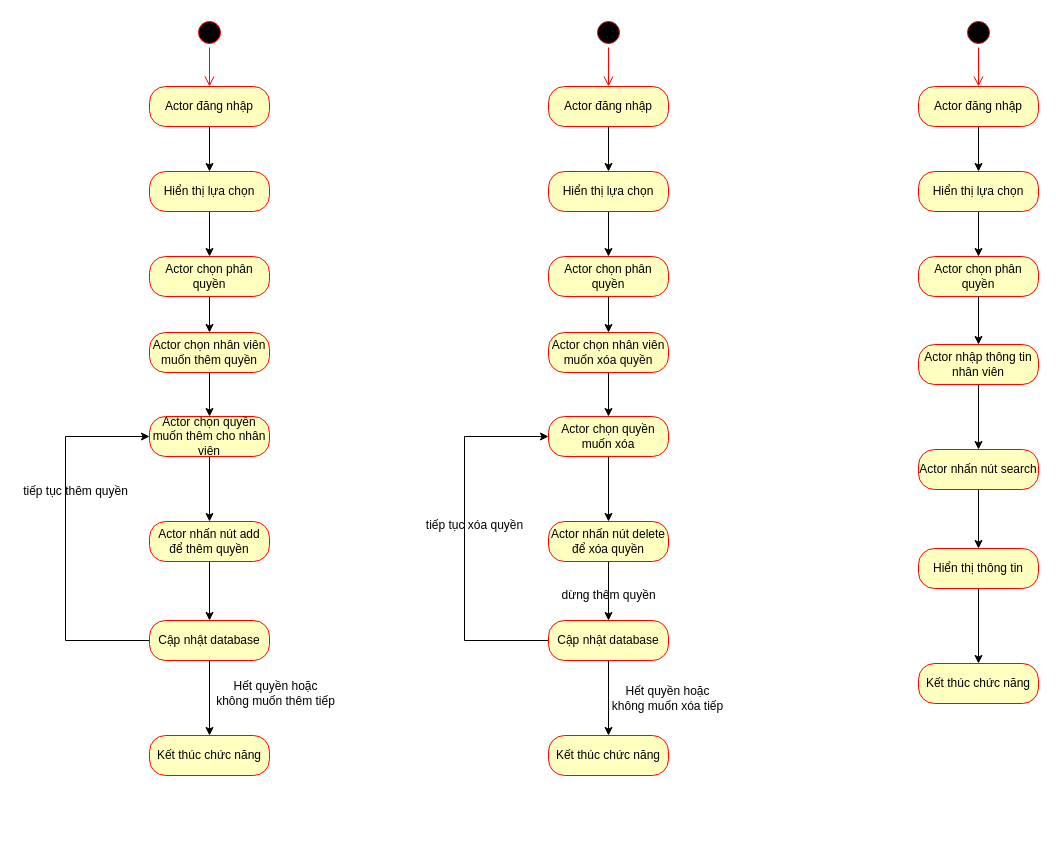
Earlier version of the draw.io diagram Phanquyen/Activity.drawio (VoHoangDai/CNPM). Source tidied: cells renumbered, new cells numbered last; positions are measured from the earlier drawing's top-left corner, leaving out a move shared by most shapes. Both pictures are drawn from the tidied source at 100%, with x=0, y=0 at pixel (17, 17).
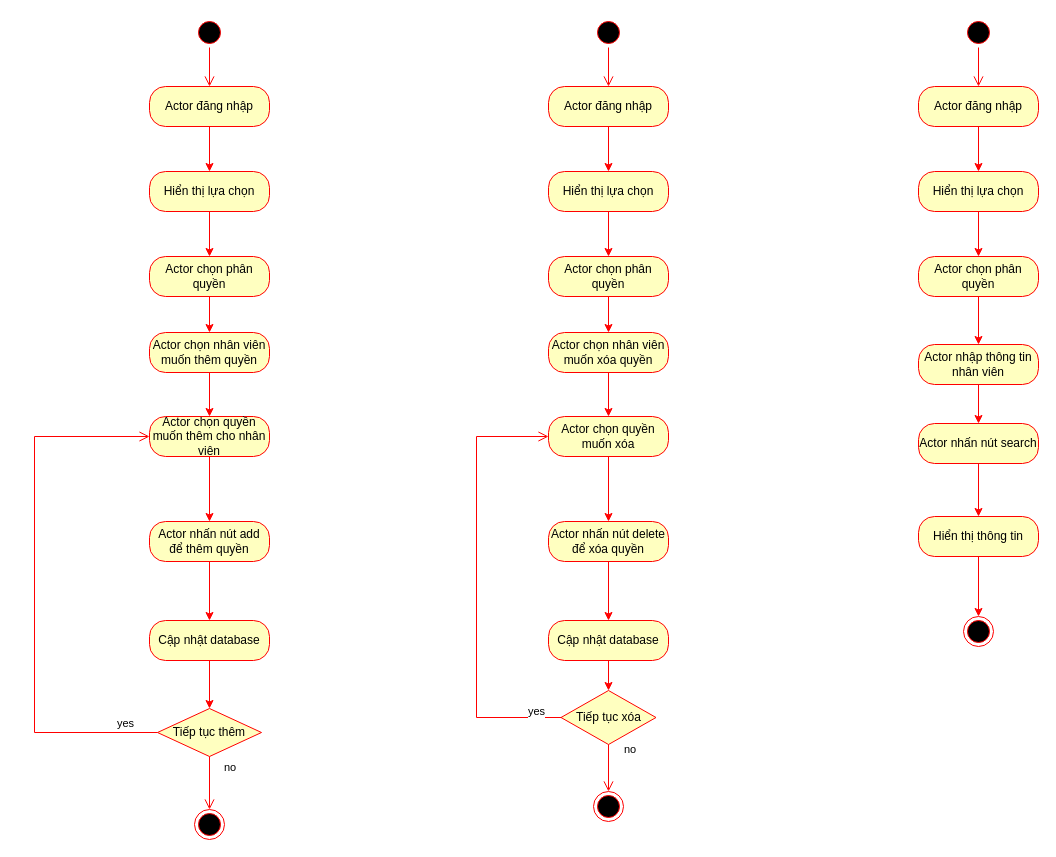
The same diagram, later.

Unchanged cells that the change refers to:
```xml
<mxCell id="5" value="Actor đăng nhập" style="rounded=1;whiteSpace=wrap;html=1;arcSize=40;fontColor=#000000;fillColor=#ffffc0;strokeColor=#ff0000;" parent="1" vertex="1">
  <mxGeometry x="132" y="69" width="120" height="40" as="geometry" />
</mxCell>
<mxCell id="7" value="Hiển thị lựa chọn" style="rounded=1;whiteSpace=wrap;html=1;arcSize=40;fontColor=#000000;fillColor=#ffffc0;strokeColor=#ff0000;" parent="1" vertex="1">
  <mxGeometry x="132" y="154" width="120" height="40" as="geometry" />
</mxCell>
<mxCell id="9" value="Actor chọn phân quyền" style="rounded=1;whiteSpace=wrap;html=1;arcSize=40;fontColor=#000000;fillColor=#ffffc0;strokeColor=#ff0000;" parent="1" vertex="1">
  <mxGeometry x="132" y="239" width="120" height="40" as="geometry" />
</mxCell>
<mxCell id="11" value="Actor chọn nhân viên muốn thêm quyền" style="rounded=1;whiteSpace=wrap;html=1;arcSize=40;fontColor=#000000;fillColor=#ffffc0;strokeColor=#ff0000;" parent="1" vertex="1">
  <mxGeometry x="132" y="315" width="120" height="40" as="geometry" />
</mxCell>
<mxCell id="13" value="Actor chọn quyền muốn thêm cho nhân viên" style="rounded=1;whiteSpace=wrap;html=1;arcSize=40;fontColor=#000000;fillColor=#ffffc0;strokeColor=#ff0000;" parent="1" vertex="1">
  <mxGeometry x="132" y="399" width="120" height="40" as="geometry" />
</mxCell>
<mxCell id="16" value="Actor nhấn nút add để thêm quyền" style="rounded=1;whiteSpace=wrap;html=1;arcSize=40;fontColor=#000000;fillColor=#ffffc0;strokeColor=#ff0000;" parent="1" vertex="1">
  <mxGeometry x="132" y="504" width="120" height="40" as="geometry" />
</mxCell>
<mxCell id="19" value="Cập nhật database" style="rounded=1;whiteSpace=wrap;html=1;arcSize=40;fontColor=#000000;fillColor=#ffffc0;strokeColor=#ff0000;" parent="1" vertex="1">
  <mxGeometry x="132" y="603" width="120" height="40" as="geometry" />
</mxCell>
<mxCell id="23" value="Actor đăng nhập" style="rounded=1;whiteSpace=wrap;html=1;arcSize=40;fontColor=#000000;fillColor=#ffffc0;strokeColor=#ff0000;" parent="1" vertex="1">
  <mxGeometry x="531" y="69" width="120" height="40" as="geometry" />
</mxCell>
<mxCell id="25" value="Hiển thị lựa chọn" style="rounded=1;whiteSpace=wrap;html=1;arcSize=40;fontColor=#000000;fillColor=#ffffc0;strokeColor=#ff0000;" parent="1" vertex="1">
  <mxGeometry x="531" y="154" width="120" height="40" as="geometry" />
</mxCell>
<mxCell id="27" value="Actor chọn phân quyền" style="rounded=1;whiteSpace=wrap;html=1;arcSize=40;fontColor=#000000;fillColor=#ffffc0;strokeColor=#ff0000;" parent="1" vertex="1">
  <mxGeometry x="531" y="239" width="120" height="40" as="geometry" />
</mxCell>
<mxCell id="29" value="Actor chọn nhân viên muốn xóa quyền" style="rounded=1;whiteSpace=wrap;html=1;arcSize=40;fontColor=#000000;fillColor=#ffffc0;strokeColor=#ff0000;" parent="1" vertex="1">
  <mxGeometry x="531" y="315" width="120" height="40" as="geometry" />
</mxCell>
<mxCell id="31" value="Actor chọn quyền muốn xóa" style="rounded=1;whiteSpace=wrap;html=1;arcSize=40;fontColor=#000000;fillColor=#ffffc0;strokeColor=#ff0000;" parent="1" vertex="1">
  <mxGeometry x="531" y="399" width="120" height="40" as="geometry" />
</mxCell>
<mxCell id="34" value="Actor nhấn nút delete để xóa quyền" style="rounded=1;whiteSpace=wrap;html=1;arcSize=40;fontColor=#000000;fillColor=#ffffc0;strokeColor=#ff0000;" parent="1" vertex="1">
  <mxGeometry x="531" y="504" width="120" height="40" as="geometry" />
</mxCell>
<mxCell id="37" value="Cập nhật database" style="rounded=1;whiteSpace=wrap;html=1;arcSize=40;fontColor=#000000;fillColor=#ffffc0;strokeColor=#ff0000;" parent="1" vertex="1">
  <mxGeometry x="531" y="603" width="120" height="40" as="geometry" />
</mxCell>
<mxCell id="46" value="Actor đăng nhập" style="rounded=1;whiteSpace=wrap;html=1;arcSize=40;fontColor=#000000;fillColor=#ffffc0;strokeColor=#ff0000;" parent="1" vertex="1">
  <mxGeometry x="901" y="69" width="120" height="40" as="geometry" />
</mxCell>
<mxCell id="48" value="Hiển thị lựa chọn" style="rounded=1;whiteSpace=wrap;html=1;arcSize=40;fontColor=#000000;fillColor=#ffffc0;strokeColor=#ff0000;" parent="1" vertex="1">
  <mxGeometry x="901" y="154" width="120" height="40" as="geometry" />
</mxCell>
<mxCell id="49" value="Actor chọn phân quyền" style="rounded=1;whiteSpace=wrap;html=1;arcSize=40;fontColor=#000000;fillColor=#ffffc0;strokeColor=#ff0000;" parent="1" vertex="1">
  <mxGeometry x="901" y="239" width="120" height="40" as="geometry" />
</mxCell>
<mxCell id="52" value="Actor nhập thông tin nhân viên" style="rounded=1;whiteSpace=wrap;html=1;arcSize=40;fontColor=#000000;fillColor=#ffffc0;strokeColor=#ff0000;" parent="1" vertex="1">
  <mxGeometry x="901" y="327" width="120" height="40" as="geometry" />
</mxCell>
```

The edit, as a diff of the source:
```diff
@@
-    <mxCell id="4" style="edgeStyle=orthogonalEdgeStyle;rounded=0;jettySize=auto;html=1;" parent="1" edge="1" source="5" target="7">
+    <mxCell id="4" style="edgeStyle=orthogonalEdgeStyle;rounded=0;jettySize=auto;html=1;fillColor=#e51400;strokeColor=#FF0000;" parent="1" edge="1" source="5" target="7">
       <mxGeometry relative="1" as="geometry" />
     </mxCell>
@@
-    <mxCell id="6" style="edgeStyle=orthogonalEdgeStyle;rounded=0;jettySize=auto;html=1;" parent="1" edge="1" source="7" target="9">
+    <mxCell id="6" style="edgeStyle=orthogonalEdgeStyle;rounded=0;jettySize=auto;html=1;fillColor=#e51400;strokeColor=#FF0000;" parent="1" edge="1" source="7" target="9">
       <mxGeometry relative="1" as="geometry" />
     </mxCell>
@@
-    <mxCell id="8" style="edgeStyle=orthogonalEdgeStyle;rounded=0;jettySize=auto;html=1;" parent="1" edge="1" source="9" target="11">
+    <mxCell id="8" style="edgeStyle=orthogonalEdgeStyle;rounded=0;jettySize=auto;html=1;fillColor=#e51400;strokeColor=#FF0000;" parent="1" edge="1" source="9" target="11">
       <mxGeometry relative="1" as="geometry" />
     </mxCell>
@@
-    <mxCell id="10" style="edgeStyle=orthogonalEdgeStyle;rounded=0;jettySize=auto;html=1;" parent="1" edge="1" source="11" target="13">
+    <mxCell id="10" style="edgeStyle=orthogonalEdgeStyle;rounded=0;jettySize=auto;html=1;fillColor=#e51400;strokeColor=#FF0000;" parent="1" edge="1" source="11" target="13">
       <mxGeometry relative="1" as="geometry" />
     </mxCell>
@@
-    <mxCell id="12" style="edgeStyle=orthogonalEdgeStyle;rounded=0;jettySize=auto;html=1;" parent="1" edge="1" source="13" target="16">
+    <mxCell id="12" style="edgeStyle=orthogonalEdgeStyle;rounded=0;jettySize=auto;html=1;fillColor=#e51400;strokeColor=#FF0000;" parent="1" edge="1" source="13" target="16">
       <mxGeometry relative="1" as="geometry" />
     </mxCell>
@@
-    <mxCell id="14" style="edgeStyle=orthogonalEdgeStyle;rounded=0;jettySize=auto;html=1;entryX=0;entryY=0.5;entryDx=0;entryDy=0;exitX=0;exitY=0.5;exitDx=0;exitDy=0;" parent="1" edge="1" source="19" target="13">
-      <mxGeometry relative="1" as="geometry">
-        <Array as="points">
-          <mxPoint x="48" y="623" />
-          <mxPoint x="48" y="419" />
-        </Array>
-      </mxGeometry>
-    </mxCell>
-    <mxCell id="15" style="edgeStyle=orthogonalEdgeStyle;rounded=0;jettySize=auto;html=1;" parent="1" edge="1" source="16" target="19">
+    <mxCell id="15" style="edgeStyle=orthogonalEdgeStyle;rounded=0;jettySize=auto;html=1;fillColor=#e51400;strokeColor=#FF0000;" parent="1" edge="1" source="16" target="19">
       <mxGeometry relative="1" as="geometry" />
     </mxCell>
@@
-    <mxCell id="17" value="tiếp tục thêm quyền" style="text;html=1;align=center;verticalAlign=middle;strokeColor=none;fillColor=none;" parent="1" vertex="1">
-      <mxGeometry y="465" width="115" height="18" as="geometry" />
-    </mxCell>
-    <mxCell id="18" style="edgeStyle=orthogonalEdgeStyle;rounded=0;jettySize=auto;html=1;" parent="1" edge="1" source="19" target="40">
+    <mxCell id="18" style="edgeStyle=orthogonalEdgeStyle;rounded=0;jettySize=auto;html=1;fillColor=#e51400;strokeColor=#FF0000;" parent="1" edge="1" source="19" target="64">
       <mxGeometry relative="1" as="geometry" />
     </mxCell>
@@
-    <mxCell id="22" style="edgeStyle=orthogonalEdgeStyle;rounded=0;jettySize=auto;html=1;" parent="1" edge="1" source="23" target="25">
+    <mxCell id="22" style="edgeStyle=orthogonalEdgeStyle;rounded=0;jettySize=auto;html=1;fillColor=#e51400;strokeColor=#FF0000;" parent="1" edge="1" source="23" target="25">
       <mxGeometry relative="1" as="geometry" />
     </mxCell>
@@
-    <mxCell id="24" style="edgeStyle=orthogonalEdgeStyle;rounded=0;jettySize=auto;html=1;" parent="1" edge="1" source="25" target="27">
+    <mxCell id="24" style="edgeStyle=orthogonalEdgeStyle;rounded=0;jettySize=auto;html=1;fillColor=#e51400;strokeColor=#FF0000;" parent="1" edge="1" source="25" target="27">
       <mxGeometry relative="1" as="geometry" />
     </mxCell>
@@
-    <mxCell id="26" style="edgeStyle=orthogonalEdgeStyle;rounded=0;jettySize=auto;html=1;" parent="1" edge="1" source="27" target="29">
+    <mxCell id="26" style="edgeStyle=orthogonalEdgeStyle;rounded=0;jettySize=auto;html=1;fillColor=#e51400;strokeColor=#FF0000;" parent="1" edge="1" source="27" target="29">
       <mxGeometry relative="1" as="geometry" />
     </mxCell>
@@
-    <mxCell id="28" style="edgeStyle=orthogonalEdgeStyle;rounded=0;jettySize=auto;html=1;" parent="1" edge="1" source="29" target="31">
+    <mxCell id="28" style="edgeStyle=orthogonalEdgeStyle;rounded=0;jettySize=auto;html=1;fillColor=#e51400;strokeColor=#FF0000;" parent="1" edge="1" source="29" target="31">
       <mxGeometry relative="1" as="geometry" />
     </mxCell>
@@
-    <mxCell id="30" style="edgeStyle=orthogonalEdgeStyle;rounded=0;jettySize=auto;html=1;" parent="1" edge="1" source="31" target="34">
+    <mxCell id="30" style="edgeStyle=orthogonalEdgeStyle;rounded=0;jettySize=auto;html=1;fillColor=#e51400;strokeColor=#FF0000;" parent="1" edge="1" source="31" target="34">
       <mxGeometry relative="1" as="geometry" />
     </mxCell>
@@
-    <mxCell id="32" style="edgeStyle=orthogonalEdgeStyle;rounded=0;jettySize=auto;html=1;entryX=0;entryY=0.5;entryDx=0;entryDy=0;" parent="1" edge="1" source="37" target="31">
-      <mxGeometry relative="1" as="geometry">
-        <Array as="points">
-          <mxPoint x="447" y="623" />
-          <mxPoint x="447" y="419" />
-        </Array>
-      </mxGeometry>
-    </mxCell>
-    <mxCell id="33" style="edgeStyle=orthogonalEdgeStyle;rounded=0;jettySize=auto;html=1;" parent="1" edge="1" source="34" target="37">
+    <mxCell id="33" style="edgeStyle=orthogonalEdgeStyle;rounded=0;jettySize=auto;html=1;fillColor=#e51400;strokeColor=#FF0000;" parent="1" edge="1" source="34" target="37">
       <mxGeometry relative="1" as="geometry" />
     </mxCell>
@@
-    <mxCell id="35" value="tiếp tục xóa quyền" style="text;html=1;align=center;verticalAlign=middle;strokeColor=none;fillColor=none;" parent="1" vertex="1">
-      <mxGeometry x="403" y="499" width="108" height="18" as="geometry" />
-    </mxCell>
-    <mxCell id="36" style="edgeStyle=orthogonalEdgeStyle;rounded=0;jettySize=auto;html=1;" parent="1" edge="1" source="37" target="39">
+    <mxCell id="36" style="edgeStyle=orthogonalEdgeStyle;rounded=0;jettySize=auto;html=1;fillColor=#e51400;strokeColor=#FF0000;" parent="1" edge="1" source="37" target="61">
       <mxGeometry relative="1" as="geometry" />
     </mxCell>
@@
-    <mxCell id="38" value="dừng thêm quyền" style="text;html=1;align=center;verticalAlign=middle;strokeColor=none;fillColor=none;" parent="1" vertex="1">
-      <mxGeometry x="539" y="569" width="104" height="18" as="geometry" />
-    </mxCell>
-    <mxCell id="39" value="Kết thúc chức năng" style="rounded=1;whiteSpace=wrap;html=1;arcSize=40;fontColor=#000000;fillColor=#ffffc0;strokeColor=#ff0000;" parent="1" vertex="1">
-      <mxGeometry x="531" y="718" width="120" height="40" as="geometry" />
-    </mxCell>
-    <mxCell id="40" value="Kết thúc chức năng" style="rounded=1;whiteSpace=wrap;html=1;arcSize=40;fontColor=#000000;fillColor=#ffffc0;strokeColor=#ff0000;" parent="1" vertex="1">
-      <mxGeometry x="132" y="718" width="120" height="40" as="geometry" />
-    </mxCell>
-    <mxCell id="41" value="Hết quyền hoặc &lt;br&gt;không muốn thêm tiếp" style="text;html=1;align=center;verticalAlign=middle;strokeColor=none;fillColor=none;" parent="1" vertex="1">
-      <mxGeometry x="194" y="660" width="128" height="31" as="geometry" />
-    </mxCell>
-    <mxCell id="42" value="Hết quyền hoặc &lt;br&gt;không muốn xóa tiếp" style="text;html=1;align=center;verticalAlign=middle;strokeColor=none;fillColor=none;" parent="1" vertex="1">
-      <mxGeometry x="589" y="665" width="121" height="31" as="geometry" />
-    </mxCell>
@@
-    <mxCell id="45" style="edgeStyle=orthogonalEdgeStyle;rounded=0;jettySize=auto;html=1;" parent="1" edge="1" source="46" target="48">
+    <mxCell id="45" style="edgeStyle=orthogonalEdgeStyle;rounded=0;jettySize=auto;html=1;fillColor=#e51400;strokeColor=#FF0000;" parent="1" edge="1" source="46" target="48">
       <mxGeometry relative="1" as="geometry" />
     </mxCell>
@@
-    <mxCell id="47" style="edgeStyle=orthogonalEdgeStyle;rounded=0;jettySize=auto;html=1;" parent="1" edge="1" source="48" target="49">
+    <mxCell id="47" style="edgeStyle=orthogonalEdgeStyle;rounded=0;jettySize=auto;html=1;fillColor=#e51400;strokeColor=#FF0000;" parent="1" edge="1" source="48" target="49">
       <mxGeometry relative="1" as="geometry" />
     </mxCell>
@@
-    <mxCell id="50" style="edgeStyle=orthogonalEdgeStyle;rounded=0;jettySize=auto;html=1;" parent="1" edge="1" source="49" target="52">
+    <mxCell id="50" style="edgeStyle=orthogonalEdgeStyle;rounded=0;jettySize=auto;html=1;fillColor=#e51400;strokeColor=#FF0000;" parent="1" edge="1" source="49" target="52">
       <mxGeometry relative="1" as="geometry" />
     </mxCell>
-    <mxCell id="51" style="edgeStyle=orthogonalEdgeStyle;rounded=0;jettySize=auto;html=1;" parent="1" edge="1" source="52" target="54">
+    <mxCell id="51" style="edgeStyle=orthogonalEdgeStyle;rounded=0;jettySize=auto;html=1;fillColor=#e51400;strokeColor=#FF0000;" parent="1" edge="1" source="52" target="54">
       <mxGeometry relative="1" as="geometry" />
     </mxCell>
@@
-    <mxCell id="53" style="edgeStyle=orthogonalEdgeStyle;rounded=0;jettySize=auto;html=1;" parent="1" edge="1" source="54" target="56">
+    <mxCell id="53" style="edgeStyle=orthogonalEdgeStyle;rounded=0;jettySize=auto;html=1;fillColor=#e51400;strokeColor=#FF0000;" parent="1" edge="1" source="54" target="56">
       <mxGeometry relative="1" as="geometry" />
     </mxCell>
     <mxCell id="54" value="Actor nhấn nút search" style="rounded=1;whiteSpace=wrap;html=1;arcSize=40;fontColor=#000000;fillColor=#ffffc0;strokeColor=#ff0000;" parent="1" vertex="1">
-      <mxGeometry x="901" y="432" width="120" height="40" as="geometry" />
+      <mxGeometry x="901" y="406" width="120" height="40" as="geometry" />
     </mxCell>
-    <mxCell id="55" style="edgeStyle=orthogonalEdgeStyle;rounded=0;jettySize=auto;html=1;" parent="1" edge="1" source="56" target="57">
+    <mxCell id="55" style="edgeStyle=orthogonalEdgeStyle;rounded=0;jettySize=auto;html=1;fillColor=#e51400;strokeColor=#FF0000;" parent="1" edge="1" source="56" target="58">
       <mxGeometry relative="1" as="geometry" />
     </mxCell>
     <mxCell id="56" value="Hiển thị thông tin" style="rounded=1;whiteSpace=wrap;html=1;arcSize=40;fontColor=#000000;fillColor=#ffffc0;strokeColor=#ff0000;" parent="1" vertex="1">
-      <mxGeometry x="901" y="531" width="120" height="40" as="geometry" />
+      <mxGeometry x="901" y="499" width="120" height="40" as="geometry" />
     </mxCell>
-    <mxCell id="57" value="Kết thúc chức năng" style="rounded=1;whiteSpace=wrap;html=1;arcSize=40;fontColor=#000000;fillColor=#ffffc0;strokeColor=#ff0000;" parent="1" vertex="1">
-      <mxGeometry x="901" y="646" width="120" height="40" as="geometry" />
-    </mxCell>
+    <mxCell id="58" style="ellipse;html=1;shape=endState;fillColor=#000000;strokeColor=#ff0000;" parent="1" vertex="1">
+      <mxGeometry x="946" y="599" width="30" height="30" as="geometry" />
+    </mxCell>
+    <mxCell id="59" style="ellipse;html=1;shape=endState;fillColor=#000000;strokeColor=#ff0000;" parent="1" vertex="1">
+      <mxGeometry x="576" y="774" width="30" height="30" as="geometry" />
+    </mxCell>
+    <mxCell id="60" style="ellipse;html=1;shape=endState;fillColor=#000000;strokeColor=#ff0000;" parent="1" vertex="1">
+      <mxGeometry x="177" y="792" width="30" height="30" as="geometry" />
+    </mxCell>
+    <mxCell id="61" value="Tiếp tục xóa" style="rhombus;whiteSpace=wrap;html=1;fillColor=#ffffc0;strokeColor=#ff0000;" parent="1" vertex="1">
+      <mxGeometry x="543.5" y="673" width="95" height="54" as="geometry" />
+    </mxCell>
+    <mxCell id="62" value="no" style="edgeStyle=orthogonalEdgeStyle;html=1;align=left;verticalAlign=bottom;endArrow=open;endSize=8;strokeColor=#ff0000;rounded=0;" parent="1" edge="1" source="61" target="59">
+      <mxGeometry x="-0.4" y="14" relative="1" as="geometry" />
+    </mxCell>
+    <mxCell id="63" value="yes" style="edgeStyle=orthogonalEdgeStyle;html=1;align=left;verticalAlign=top;endArrow=open;endSize=8;strokeColor=#ff0000;rounded=0;" parent="1" edge="1" source="61" target="31">
+      <mxGeometry x="-0.84" y="-19" relative="1" as="geometry">
+        <Array as="points">
+          <mxPoint x="459" y="700" />
+          <mxPoint x="459" y="419" />
+        </Array>
+      </mxGeometry>
+    </mxCell>
+    <mxCell id="64" value="Tiếp tục thêm" style="rhombus;whiteSpace=wrap;html=1;fillColor=#ffffc0;strokeColor=#ff0000;" parent="1" vertex="1">
+      <mxGeometry x="140" y="691" width="104" height="48" as="geometry" />
+    </mxCell>
+    <mxCell id="65" value="no" style="edgeStyle=orthogonalEdgeStyle;html=1;align=left;verticalAlign=bottom;endArrow=open;endSize=8;strokeColor=#ff0000;rounded=0;" parent="1" edge="1" source="64" target="60">
+      <mxGeometry x="-0.25" y="13" relative="1" as="geometry" />
+    </mxCell>
+    <mxCell id="66" value="yes" style="edgeStyle=orthogonalEdgeStyle;html=1;align=left;verticalAlign=top;endArrow=open;endSize=8;strokeColor=#ff0000;rounded=0;" parent="1" edge="1" source="64" target="13">
+      <mxGeometry x="-0.84" y="-22" relative="1" as="geometry">
+        <Array as="points">
+          <mxPoint x="17" y="715" />
+          <mxPoint x="17" y="419" />
+        </Array>
+        <mxPoint x="1" as="offset" />
+      </mxGeometry>
+    </mxCell>
```
